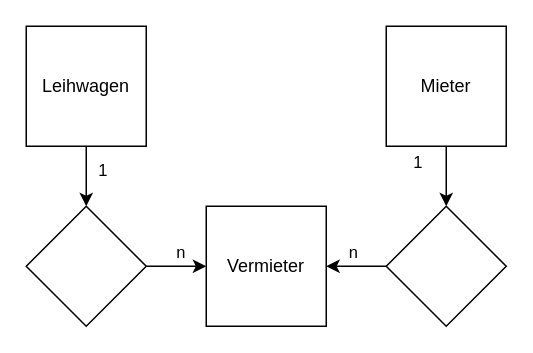
This is 2.lehrjahr/2KA/erm/erm.drawio from jethi05/FvSBS, a draw.io file, before an edit. Source tidied: cells renumbered, new cells numbered last; positions are measured from the earlier drawing's top-left corner, leaving out a move shared by most shapes. Both pictures are drawn from the tidied source at 150%, with x=0, y=0 at pixel (26, 26).
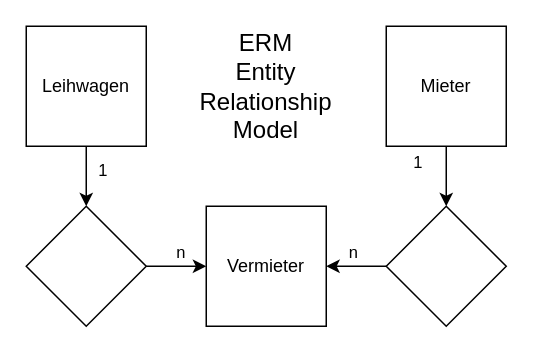
The same page after the edit.

Diff of the diagram source:
```diff
@@
 <mxGraphModel>
   <root>
     <mxCell id="0" />
     <mxCell id="1" parent="0" />
     <mxCell id="2" style="edgeStyle=orthogonalEdgeStyle;rounded=0;jettySize=auto;html=1;" parent="1" edge="1" source="4" target="11">
       <mxGeometry relative="1" as="geometry" />
     </mxCell>
     <mxCell id="3" value="1" style="edgeLabel;html=1;align=center;verticalAlign=middle;" parent="2" vertex="1">
       <mxGeometry x="-0.25" relative="1" as="geometry">
         <mxPoint x="10" as="offset" />
       </mxGeometry>
     </mxCell>
     <mxCell id="4" value="Leihwagen" style="whiteSpace=wrap;html=1;" parent="1" vertex="1">
       <mxGeometry width="80" height="80" as="geometry" />
     </mxCell>
     <mxCell id="5" value="Vermieter" style="whiteSpace=wrap;html=1;" parent="1" vertex="1">
       <mxGeometry x="120" y="120" width="80" height="80" as="geometry" />
     </mxCell>
     <mxCell id="6" style="edgeStyle=orthogonalEdgeStyle;rounded=0;jettySize=auto;html=1;" parent="1" edge="1" source="8" target="14">
       <mxGeometry relative="1" as="geometry" />
     </mxCell>
     <mxCell id="7" value="1" style="edgeLabel;html=1;align=center;verticalAlign=middle;" parent="6" vertex="1">
       <mxGeometry x="-0.38" y="2" relative="1" as="geometry">
         <mxPoint x="-22" y="-2" as="offset" />
       </mxGeometry>
     </mxCell>
     <mxCell id="8" value="Mieter" style="whiteSpace=wrap;html=1;" parent="1" vertex="1">
       <mxGeometry x="240" width="80" height="80" as="geometry" />
     </mxCell>
     <mxCell id="9" style="edgeStyle=orthogonalEdgeStyle;rounded=0;jettySize=auto;html=1;" parent="1" edge="1" source="11" target="5">
       <mxGeometry relative="1" as="geometry" />
     </mxCell>
     <mxCell id="10" value="n" style="edgeLabel;html=1;align=center;verticalAlign=middle;" parent="9" vertex="1">
       <mxGeometry x="0.1" y="1" relative="1" as="geometry">
         <mxPoint y="-9" as="offset" />
       </mxGeometry>
     </mxCell>
     <mxCell id="11" style="rhombus;whiteSpace=wrap;html=1;" parent="1" vertex="1">
       <mxGeometry y="120" width="80" height="80" as="geometry" />
     </mxCell>
     <mxCell id="12" style="edgeStyle=orthogonalEdgeStyle;rounded=0;jettySize=auto;html=1;" parent="1" edge="1" source="14" target="5">
       <mxGeometry relative="1" as="geometry" />
     </mxCell>
     <mxCell id="13" value="n" style="edgeLabel;html=1;align=center;verticalAlign=middle;" parent="12" vertex="1">
       <mxGeometry x="0.15" y="1" relative="1" as="geometry">
         <mxPoint y="-11" as="offset" />
       </mxGeometry>
     </mxCell>
     <mxCell id="14" style="rhombus;whiteSpace=wrap;html=1;" parent="1" vertex="1">
       <mxGeometry x="240" y="120" width="80" height="80" as="geometry" />
     </mxCell>
+    <mxCell id="15" value="&lt;div&gt;ERM&lt;/div&gt;&lt;div&gt;Entity Relationship Model&lt;br&gt;&lt;/div&gt;" style="text;strokeColor=none;fillColor=none;html=1;align=center;verticalAlign=middle;whiteSpace=wrap;rounded=0;fontSize=16;" parent="1" vertex="1">
+      <mxGeometry x="105" width="110" height="80" as="geometry" />
+    </mxCell>
   </root>
 </mxGraphModel>
```
